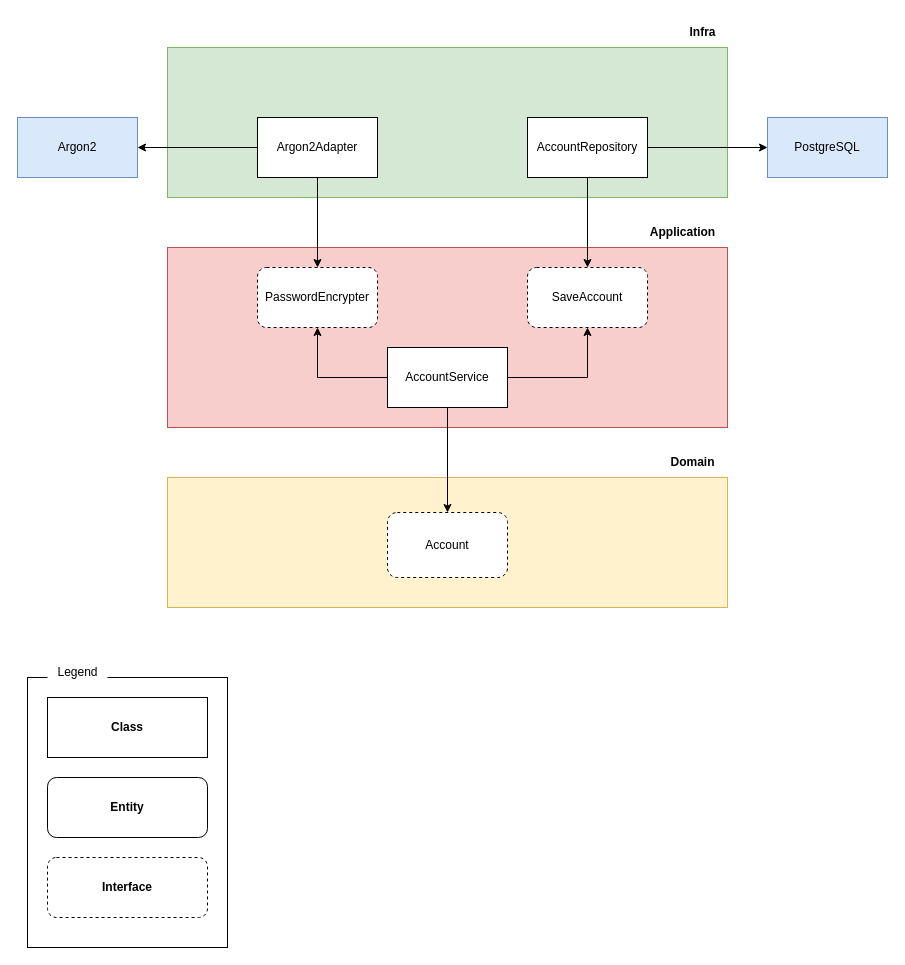
brevsc/tec-aval01 keeps this draw.io diagram as docs/signup/SignUp Clean Arch Diagram.drawio. Above is the earlier version. Source tidied: cells renumbered, new cells numbered last; positions are measured from the earlier drawing's top-left corner, leaving out a move shared by most shapes. Both pictures are drawn from the tidied source at 100%, with x=0, y=0 at pixel (17, 17).
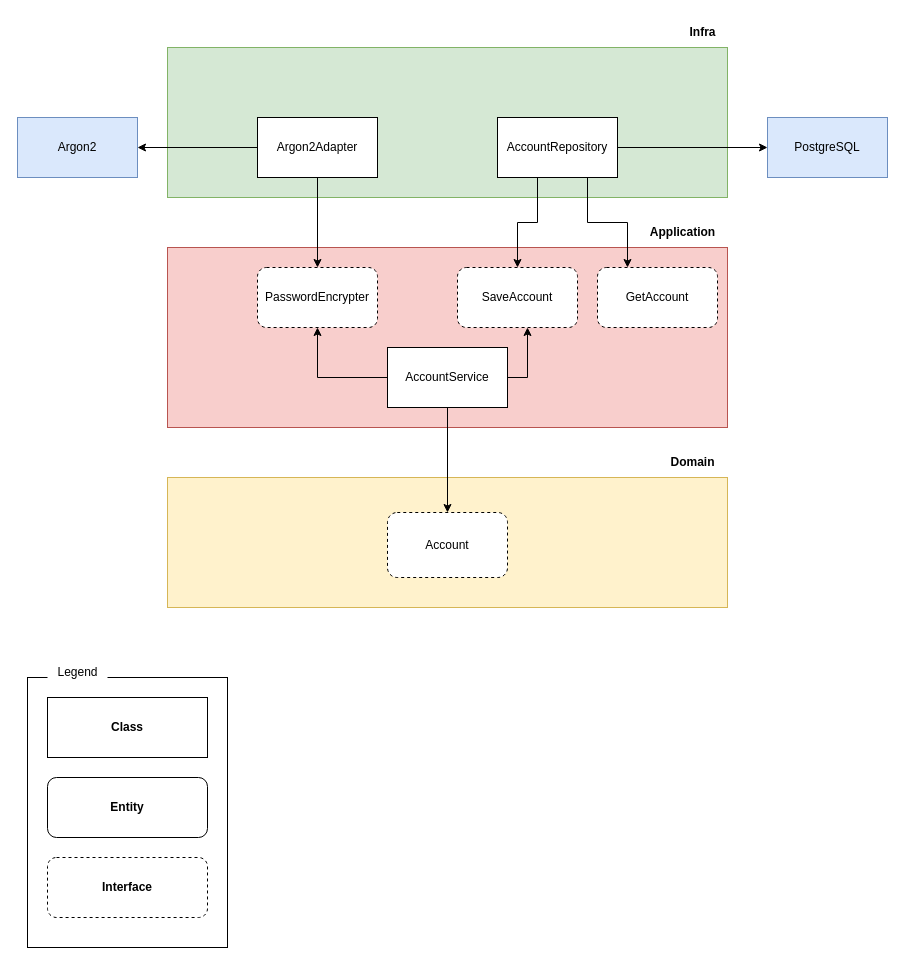
After the change.

Unchanged cells that the change refers to:
```xml
<mxCell id="17" value="AccountService" style="rounded=0;whiteSpace=wrap;html=1;" parent="1" vertex="1">
  <mxGeometry x="370" y="330" width="120" height="60" as="geometry" />
</mxCell>
```

Change to the diagram source:
```diff
@@
     <mxCell id="14" style="edgeStyle=orthogonalEdgeStyle;rounded=0;jettySize=auto;html=1;" parent="1" edge="1" source="17" target="18">
-      <mxGeometry relative="1" as="geometry" />
+      <mxGeometry relative="1" as="geometry">
+        <Array as="points">
+          <mxPoint x="510" y="360" />
+        </Array>
+      </mxGeometry>
     </mxCell>
@@
     <mxCell id="18" value="SaveAccount" style="rounded=1;whiteSpace=wrap;html=1;dashed=1;" parent="1" vertex="1">
-      <mxGeometry x="510" y="250" width="120" height="60" as="geometry" />
+      <mxGeometry x="440" y="250" width="120" height="60" as="geometry" />
     </mxCell>
     <mxCell id="19" style="edgeStyle=orthogonalEdgeStyle;rounded=0;jettySize=auto;html=1;entryX=0.5;entryY=0;entryDx=0;entryDy=0;" parent="1" edge="1" source="21" target="18">
-      <mxGeometry relative="1" as="geometry" />
+      <mxGeometry relative="1" as="geometry">
+        <Array as="points">
+          <mxPoint x="520" y="205" />
+          <mxPoint x="500" y="205" />
+        </Array>
+      </mxGeometry>
     </mxCell>
@@
+    <mxCell id="28" style="edgeStyle=orthogonalEdgeStyle;rounded=0;jettySize=auto;html=1;entryX=0.25;entryY=0;entryDx=0;entryDy=0;" parent="1" edge="1" source="21" target="29">
+      <mxGeometry relative="1" as="geometry">
+        <Array as="points">
+          <mxPoint x="570" y="205" />
+          <mxPoint x="610" y="205" />
+        </Array>
+      </mxGeometry>
+    </mxCell>
     <mxCell id="21" value="AccountRepository" style="rounded=0;whiteSpace=wrap;html=1;" parent="1" vertex="1">
-      <mxGeometry x="510" y="100" width="120" height="60" as="geometry" />
+      <mxGeometry x="480" y="100" width="120" height="60" as="geometry" />
     </mxCell>
@@
+    <mxCell id="29" value="GetAccount" style="rounded=1;whiteSpace=wrap;html=1;dashed=1;" parent="1" vertex="1">
+      <mxGeometry x="580" y="250" width="120" height="60" as="geometry" />
+    </mxCell>
```
